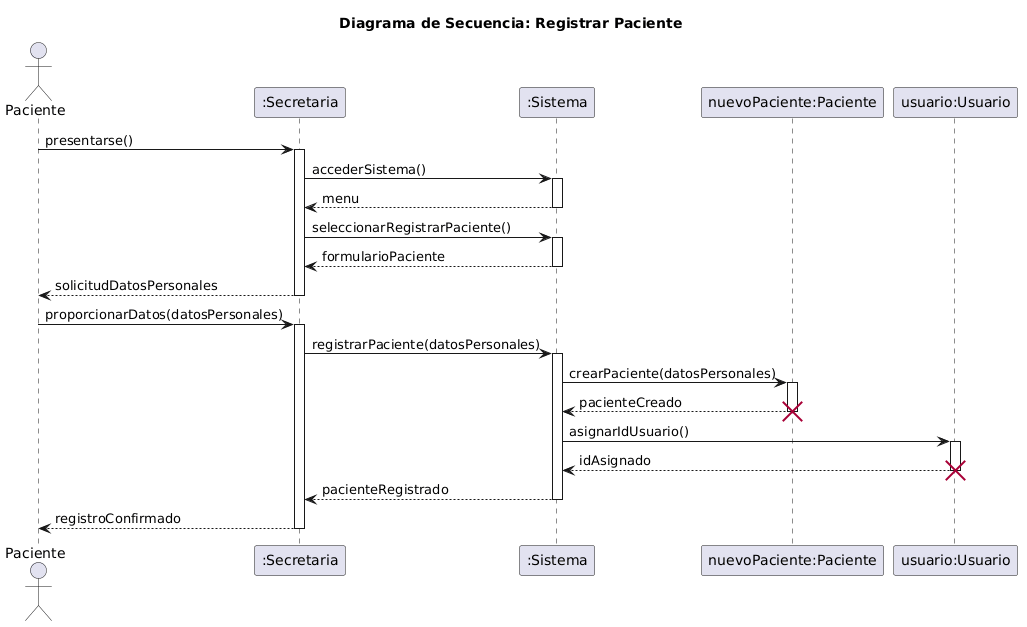
Before: diagramas/05-diagramas-secuencia/05-secuencia-registrar-paciente-registrar-paciente-04.png, a diagram exported from PlantUML (FacundoGuiraldes/SistemaTurnosMedicos).
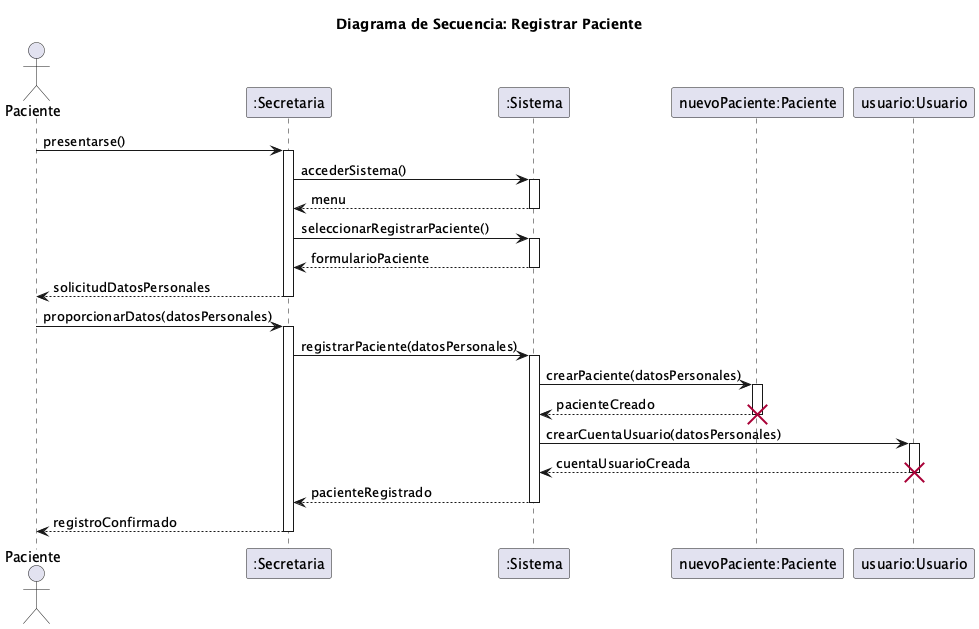
Above is the later version.

Commit message:
fix(diagramas): reemplazar idAsignado en secuencia CU04 (RCN6)

Sustituye asignarIdUsuario/idAsignado por crearCuentaUsuario/cuentaUsuarioCreada.

What changed in the source:
```diff
@@ -30,9 +30,9 @@
 deactivate nuevoPaciente
 destroy nuevoPaciente
 
-sistema -> usuario: asignarIdUsuario()
+sistema -> usuario: crearCuentaUsuario(datosPersonales)
 activate usuario
-usuario --> sistema: idAsignado
+usuario --> sistema: cuentaUsuarioCreada
 deactivate usuario
 destroy usuario
 
```
